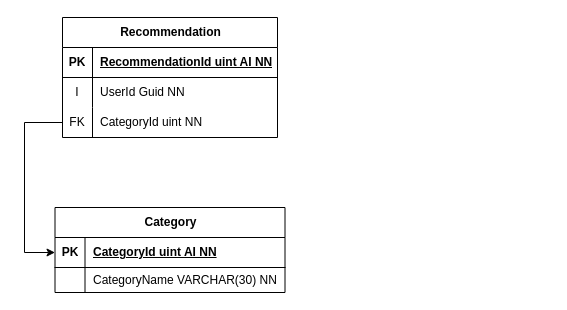
Earlier version of the draw.io diagram reeltok.documentation/database/ReelTok_RecommendationsService_RDS.drawio.xml (MagnusHLund/H3_The_ReelTok). Source tidied: cells renumbered, new cells numbered last; positions are measured from the earlier drawing's top-left corner, leaving out a move shared by most shapes. Both pictures are drawn from the tidied source at 100%, with x=0, y=0 at pixel (24, 17).
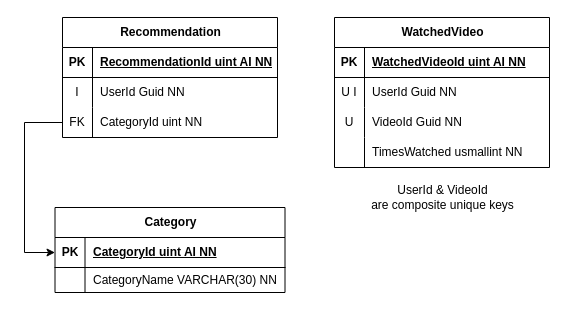
The same diagram, later.

Commit message (it also covers changes not shown here):
docs(documentation): :memo: Modified Recommendations database

The edit, as a diff of the source:
```diff
@@
+    <mxCell id="20" value="WatchedVideo" style="shape=table;startSize=30;childLayout=tableLayout;rowLines=0;fontStyle=1;align=center;html=1;" parent="1" vertex="1">
+      <mxGeometry x="310" width="215" height="150" as="geometry" />
+    </mxCell>
+    <mxCell id="21" style="shape=tableRow;horizontal=0;startSize=0;swimlaneHead=0;swimlaneBody=0;fillColor=none;top=0;left=0;right=0;bottom=1;" parent="20" vertex="1">
+      <mxGeometry y="30" width="215" height="30" as="geometry" />
+    </mxCell>
+    <mxCell id="22" value="PK" style="shape=partialRectangle;fillColor=none;top=0;left=0;bottom=0;right=0;fontStyle=1;overflow=hidden;whiteSpace=wrap;html=1;" parent="21" vertex="1">
+      <mxGeometry width="30" height="30" as="geometry" />
+    </mxCell>
+    <mxCell id="23" value="WatchedVideoId uint AI NN" style="shape=partialRectangle;fillColor=none;top=0;left=0;bottom=0;right=0;align=left;spacingLeft=6;fontStyle=5;overflow=hidden;whiteSpace=wrap;html=1;" parent="21" vertex="1">
+      <mxGeometry x="30" width="185" height="30" as="geometry" />
+    </mxCell>
+    <mxCell id="24" style="shape=tableRow;horizontal=0;startSize=0;swimlaneHead=0;swimlaneBody=0;fillColor=none;top=0;left=0;right=0;bottom=0;" parent="20" vertex="1">
+      <mxGeometry y="60" width="215" height="30" as="geometry" />
+    </mxCell>
+    <mxCell id="25" value="U I" style="shape=partialRectangle;fillColor=none;top=0;left=0;bottom=0;right=0;overflow=hidden;whiteSpace=wrap;html=1;" parent="24" vertex="1">
+      <mxGeometry width="30" height="30" as="geometry" />
+    </mxCell>
+    <mxCell id="26" value="UserId Guid NN" style="shape=partialRectangle;fillColor=none;top=0;left=0;bottom=0;right=0;align=left;spacingLeft=6;overflow=hidden;whiteSpace=wrap;html=1;" parent="24" vertex="1">
+      <mxGeometry x="30" width="185" height="30" as="geometry" />
+    </mxCell>
+    <mxCell id="27" style="shape=tableRow;horizontal=0;startSize=0;swimlaneHead=0;swimlaneBody=0;fillColor=none;top=0;left=0;right=0;bottom=0;" parent="20" vertex="1">
+      <mxGeometry y="90" width="215" height="30" as="geometry" />
+    </mxCell>
+    <mxCell id="28" value="U" style="shape=partialRectangle;fillColor=none;top=0;left=0;bottom=0;right=0;overflow=hidden;whiteSpace=wrap;html=1;" parent="27" vertex="1">
+      <mxGeometry width="30" height="30" as="geometry" />
+    </mxCell>
+    <mxCell id="29" value="VideoId Guid NN" style="shape=partialRectangle;fillColor=none;top=0;left=0;bottom=0;right=0;align=left;spacingLeft=6;overflow=hidden;whiteSpace=wrap;html=1;" parent="27" vertex="1">
+      <mxGeometry x="30" width="185" height="30" as="geometry" />
+    </mxCell>
+    <mxCell id="30" style="shape=tableRow;horizontal=0;startSize=0;swimlaneHead=0;swimlaneBody=0;fillColor=none;top=0;left=0;right=0;bottom=0;" parent="20" vertex="1">
+      <mxGeometry y="120" width="215" height="30" as="geometry" />
+    </mxCell>
+    <mxCell id="31" style="shape=partialRectangle;fillColor=none;top=0;left=0;bottom=0;right=0;fontStyle=0;overflow=hidden;whiteSpace=wrap;html=1;" parent="30" vertex="1">
+      <mxGeometry width="30" height="30" as="geometry" />
+    </mxCell>
+    <mxCell id="32" value="TimesWatched usmallint NN" style="shape=partialRectangle;fillColor=none;top=0;left=0;bottom=0;right=0;align=left;spacingLeft=6;fontStyle=0;overflow=hidden;whiteSpace=wrap;html=1;" parent="30" vertex="1">
+      <mxGeometry x="30" width="185" height="30" as="geometry" />
+    </mxCell>
+    <mxCell id="33" value="UserId &amp;amp; VideoId&lt;div&gt;are composite unique keys&lt;/div&gt;" style="text;html=1;align=center;verticalAlign=middle;strokeColor=none;fillColor=none;" parent="1" vertex="1">
+      <mxGeometry x="332.5" y="160" width="170" height="40" as="geometry" />
+    </mxCell>
```
